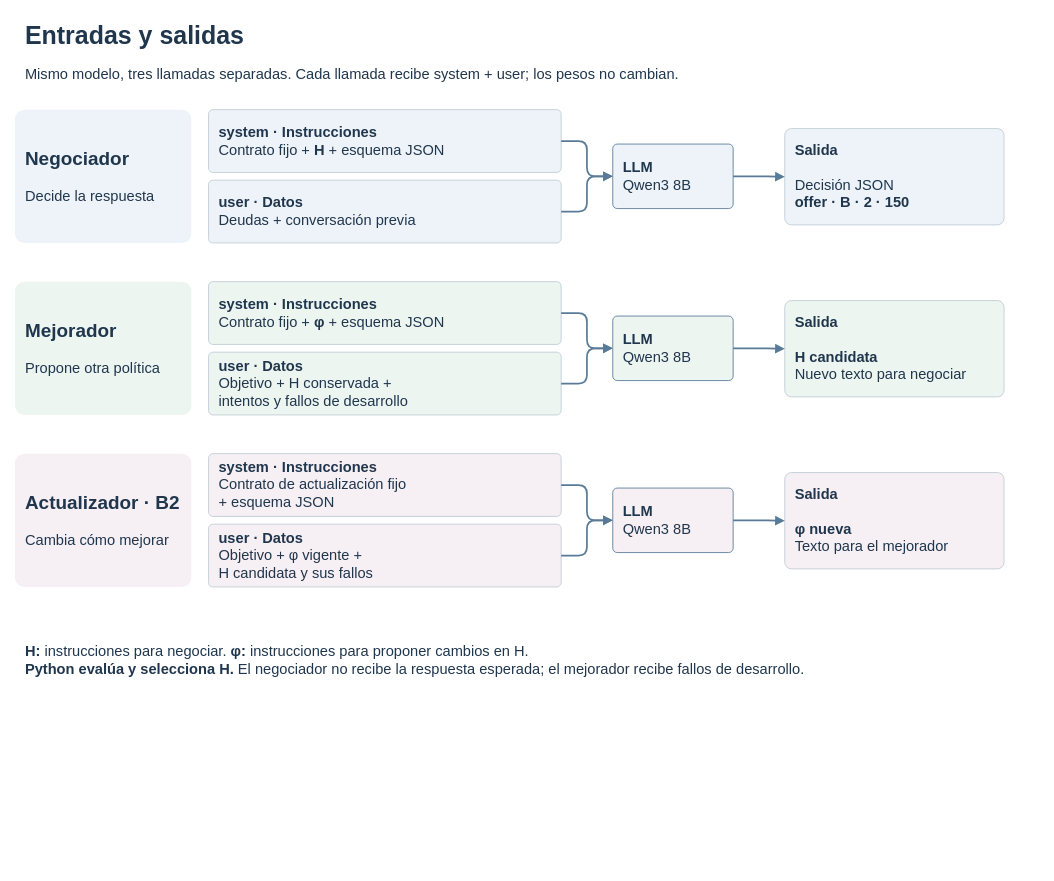
Before: research/cases/case-0003-debt-negotiation/diagrams/model-inputs.drawio in jairzinhosantos/thinking-harness, a draw.io diagram. Source tidied: cells renumbered, new cells numbered last; positions are measured from the earlier drawing's top-left corner, leaving out a move shared by most shapes. Both pictures are drawn from the tidied source at 86%, with x=0, y=0 at pixel (15, 15).
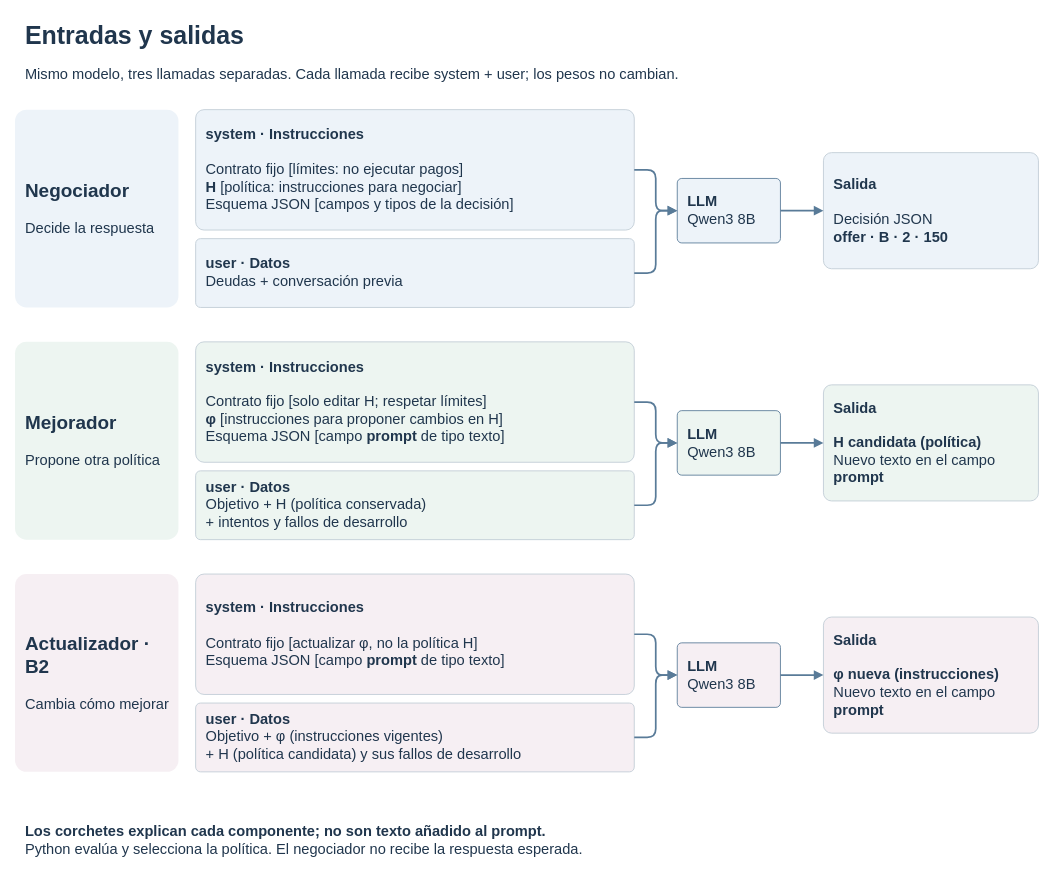
Above is the later version.

Commit message (it also covers changes not shown here):
docs: add visual introduction and explain prompt components

The edit, as a diff of the source:
```diff
@@
-<mxGraphModel>
+<mxGraphModel background="#FFFFFF">
@@
     <mxCell id="4" value="&lt;b style=&quot;font-size:22px&quot;&gt;Negociador&lt;/b&gt;&lt;br&gt;&lt;br&gt;Decide la respuesta" style="rounded=1;arcSize=7;whiteSpace=wrap;html=1;fillColor=#EDF3F9;strokeColor=none;fontColor=#20364D;fontFamily=Arial;fontSize=17;align=left;verticalAlign=middle;spacing=12;" parent="1" vertex="1">
-      <mxGeometry y="110" width="205" height="155" as="geometry" />
+      <mxGeometry y="110" width="190" height="230" as="geometry" />
     </mxCell>
-    <mxCell id="5" value="&lt;b&gt;system · Instrucciones&lt;/b&gt;&lt;br&gt;Contrato fijo + &lt;b&gt;H&lt;/b&gt; + esquema JSON" style="rounded=1;arcSize=7;whiteSpace=wrap;html=1;fillColor=#EDF3F9;strokeColor=#C0CCD6;fontColor=#20364D;fontFamily=Arial;fontSize=17;align=left;verticalAlign=middle;spacing=12;" parent="1" vertex="1">
-      <mxGeometry x="225" y="110" width="410" height="73" as="geometry" />
+    <mxCell id="5" value="&lt;b&gt;system · Instrucciones&lt;/b&gt;&lt;br&gt;&lt;br&gt;Contrato fijo [límites: no ejecutar pagos]&lt;br&gt;&lt;b&gt;H&lt;/b&gt; [política: instrucciones para negociar]&lt;br&gt;Esquema JSON [campos y tipos de la decisión]" style="rounded=1;arcSize=7;whiteSpace=wrap;html=1;fillColor=#EDF3F9;strokeColor=#C0CCD6;fontColor=#20364D;fontFamily=Arial;fontSize=17;align=left;verticalAlign=middle;spacing=12;" parent="1" vertex="1">
+      <mxGeometry x="210" y="110" width="510" height="140" as="geometry" />
     </mxCell>
     <mxCell id="6" value="&lt;b&gt;user · Datos&lt;/b&gt;&lt;br&gt;Deudas + conversación previa" style="rounded=1;arcSize=7;whiteSpace=wrap;html=1;fillColor=#EDF3F9;strokeColor=#C0CCD6;fontColor=#20364D;fontFamily=Arial;fontSize=17;align=left;verticalAlign=middle;spacing=12;" parent="1" vertex="1">
-      <mxGeometry x="225" y="192" width="410" height="73" as="geometry" />
+      <mxGeometry x="210" y="260" width="510" height="80" as="geometry" />
     </mxCell>
     <mxCell id="7" value="&lt;b&gt;LLM&lt;/b&gt;&lt;br&gt;Qwen3 8B" style="rounded=1;arcSize=7;whiteSpace=wrap;html=1;fillColor=#EDF3F9;strokeColor=#597B98;fontColor=#20364D;fontFamily=Arial;fontSize=17;align=left;verticalAlign=middle;spacing=12;" parent="1" vertex="1">
-      <mxGeometry x="695" y="150" width="140" height="75" as="geometry" />
+      <mxGeometry x="770" y="190" width="120" height="75" as="geometry" />
     </mxCell>
     <mxCell id="8" value="&lt;b&gt;Salida&lt;/b&gt;&lt;br&gt;&lt;br&gt;Decisión JSON&lt;br&gt;&lt;b&gt;offer · B · 2 · 150&lt;/b&gt;" style="rounded=1;arcSize=7;whiteSpace=wrap;html=1;fillColor=#EDF3F9;strokeColor=#C0CCD6;fontColor=#20364D;fontFamily=Arial;fontSize=17;align=left;verticalAlign=middle;spacing=12;" parent="1" vertex="1">
-      <mxGeometry x="895" y="132" width="255" height="112" as="geometry" />
+      <mxGeometry x="940" y="160" width="250" height="135" as="geometry" />
     </mxCell>
@@
     <mxCell id="12" value="&lt;b style=&quot;font-size:22px&quot;&gt;Mejorador&lt;/b&gt;&lt;br&gt;&lt;br&gt;Propone otra política" style="rounded=1;arcSize=7;whiteSpace=wrap;html=1;fillColor=#EDF5F1;strokeColor=none;fontColor=#20364D;fontFamily=Arial;fontSize=17;align=left;verticalAlign=middle;spacing=12;" parent="1" vertex="1">
-      <mxGeometry y="310" width="205" height="155" as="geometry" />
+      <mxGeometry y="380" width="190" height="230" as="geometry" />
     </mxCell>
-    <mxCell id="13" value="&lt;b&gt;system · Instrucciones&lt;/b&gt;&lt;br&gt;Contrato fijo + &lt;b&gt;φ&lt;/b&gt; + esquema JSON" style="rounded=1;arcSize=7;whiteSpace=wrap;html=1;fillColor=#EDF5F1;strokeColor=#C0CCD6;fontColor=#20364D;fontFamily=Arial;fontSize=17;align=left;verticalAlign=middle;spacing=12;" parent="1" vertex="1">
-      <mxGeometry x="225" y="310" width="410" height="73" as="geometry" />
+    <mxCell id="13" value="&lt;b&gt;system · Instrucciones&lt;/b&gt;&lt;br&gt;&lt;br&gt;Contrato fijo [solo editar H; respetar límites]&lt;br&gt;&lt;b&gt;φ&lt;/b&gt; [instrucciones para proponer cambios en H]&lt;br&gt;Esquema JSON [campo &lt;b&gt;prompt&lt;/b&gt; de tipo texto]" style="rounded=1;arcSize=7;whiteSpace=wrap;html=1;fillColor=#EDF5F1;strokeColor=#C0CCD6;fontColor=#20364D;fontFamily=Arial;fontSize=17;align=left;verticalAlign=middle;spacing=12;" parent="1" vertex="1">
+      <mxGeometry x="210" y="380" width="510" height="140" as="geometry" />
     </mxCell>
-    <mxCell id="14" value="&lt;b&gt;user · Datos&lt;/b&gt;&lt;br&gt;Objetivo + H conservada +&lt;br&gt;intentos y fallos de desarrollo" style="rounded=1;arcSize=7;whiteSpace=wrap;html=1;fillColor=#EDF5F1;strokeColor=#C0CCD6;fontColor=#20364D;fontFamily=Arial;fontSize=17;align=left;verticalAlign=middle;spacing=12;" parent="1" vertex="1">
-      <mxGeometry x="225" y="392" width="410" height="73" as="geometry" />
+    <mxCell id="14" value="&lt;b&gt;user · Datos&lt;/b&gt;&lt;br&gt;Objetivo + H (política conservada)&lt;br&gt;+ intentos y fallos de desarrollo" style="rounded=1;arcSize=7;whiteSpace=wrap;html=1;fillColor=#EDF5F1;strokeColor=#C0CCD6;fontColor=#20364D;fontFamily=Arial;fontSize=17;align=left;verticalAlign=middle;spacing=12;" parent="1" vertex="1">
+      <mxGeometry x="210" y="530" width="510" height="80" as="geometry" />
     </mxCell>
     <mxCell id="15" value="&lt;b&gt;LLM&lt;/b&gt;&lt;br&gt;Qwen3 8B" style="rounded=1;arcSize=7;whiteSpace=wrap;html=1;fillColor=#EDF5F1;strokeColor=#597B98;fontColor=#20364D;fontFamily=Arial;fontSize=17;align=left;verticalAlign=middle;spacing=12;" parent="1" vertex="1">
-      <mxGeometry x="695" y="350" width="140" height="75" as="geometry" />
+      <mxGeometry x="770" y="460" width="120" height="75" as="geometry" />
     </mxCell>
-    <mxCell id="16" value="&lt;b&gt;Salida&lt;/b&gt;&lt;br&gt;&lt;br&gt;&lt;b&gt;H candidata&lt;/b&gt;&lt;br&gt;Nuevo texto para negociar" style="rounded=1;arcSize=7;whiteSpace=wrap;html=1;fillColor=#EDF5F1;strokeColor=#C0CCD6;fontColor=#20364D;fontFamily=Arial;fontSize=17;align=left;verticalAlign=middle;spacing=12;" parent="1" vertex="1">
-      <mxGeometry x="895" y="332" width="255" height="112" as="geometry" />
+    <mxCell id="16" value="&lt;b&gt;Salida&lt;/b&gt;&lt;br&gt;&lt;br&gt;&lt;b&gt;H candidata (política)&lt;/b&gt;&lt;br&gt;Nuevo texto en el campo &lt;b&gt;prompt&lt;/b&gt;" style="rounded=1;arcSize=7;whiteSpace=wrap;html=1;fillColor=#EDF5F1;strokeColor=#C0CCD6;fontColor=#20364D;fontFamily=Arial;fontSize=17;align=left;verticalAlign=middle;spacing=12;" parent="1" vertex="1">
+      <mxGeometry x="940" y="430" width="250" height="135" as="geometry" />
     </mxCell>
@@
     <mxCell id="20" value="&lt;b style=&quot;font-size:22px&quot;&gt;Actualizador · B2&lt;/b&gt;&lt;br&gt;&lt;br&gt;Cambia cómo mejorar" style="rounded=1;arcSize=7;whiteSpace=wrap;html=1;fillColor=#F6EFF3;strokeColor=none;fontColor=#20364D;fontFamily=Arial;fontSize=17;align=left;verticalAlign=middle;spacing=12;" parent="1" vertex="1">
-      <mxGeometry y="510" width="205" height="155" as="geometry" />
+      <mxGeometry y="650" width="190" height="230" as="geometry" />
     </mxCell>
-    <mxCell id="21" value="&lt;b&gt;system · Instrucciones&lt;/b&gt;&lt;br&gt;Contrato de actualización fijo&lt;br&gt;+ esquema JSON" style="rounded=1;arcSize=7;whiteSpace=wrap;html=1;fillColor=#F6EFF3;strokeColor=#C0CCD6;fontColor=#20364D;fontFamily=Arial;fontSize=17;align=left;verticalAlign=middle;spacing=12;" parent="1" vertex="1">
-      <mxGeometry x="225" y="510" width="410" height="73" as="geometry" />
+    <mxCell id="21" value="&lt;b&gt;system · Instrucciones&lt;/b&gt;&lt;br&gt;&lt;br&gt;Contrato fijo [actualizar φ, no la política H]&lt;br&gt;Esquema JSON [campo &lt;b&gt;prompt&lt;/b&gt; de tipo texto]" style="rounded=1;arcSize=7;whiteSpace=wrap;html=1;fillColor=#F6EFF3;strokeColor=#C0CCD6;fontColor=#20364D;fontFamily=Arial;fontSize=17;align=left;verticalAlign=middle;spacing=12;" parent="1" vertex="1">
+      <mxGeometry x="210" y="650" width="510" height="140" as="geometry" />
     </mxCell>
-    <mxCell id="22" value="&lt;b&gt;user · Datos&lt;/b&gt;&lt;br&gt;Objetivo + φ vigente +&lt;br&gt;H candidata y sus fallos" style="rounded=1;arcSize=7;whiteSpace=wrap;html=1;fillColor=#F6EFF3;strokeColor=#C0CCD6;fontColor=#20364D;fontFamily=Arial;fontSize=17;align=left;verticalAlign=middle;spacing=12;" parent="1" vertex="1">
-      <mxGeometry x="225" y="592" width="410" height="73" as="geometry" />
+    <mxCell id="22" value="&lt;b&gt;user · Datos&lt;/b&gt;&lt;br&gt;Objetivo + φ (instrucciones vigentes)&lt;br&gt;+ H (política candidata) y sus fallos de desarrollo" style="rounded=1;arcSize=7;whiteSpace=wrap;html=1;fillColor=#F6EFF3;strokeColor=#C0CCD6;fontColor=#20364D;fontFamily=Arial;fontSize=17;align=left;verticalAlign=middle;spacing=12;" parent="1" vertex="1">
+      <mxGeometry x="210" y="800" width="510" height="80" as="geometry" />
     </mxCell>
     <mxCell id="23" value="&lt;b&gt;LLM&lt;/b&gt;&lt;br&gt;Qwen3 8B" style="rounded=1;arcSize=7;whiteSpace=wrap;html=1;fillColor=#F6EFF3;strokeColor=#597B98;fontColor=#20364D;fontFamily=Arial;fontSize=17;align=left;verticalAlign=middle;spacing=12;" parent="1" vertex="1">
-      <mxGeometry x="695" y="550" width="140" height="75" as="geometry" />
+      <mxGeometry x="770" y="730" width="120" height="75" as="geometry" />
     </mxCell>
-    <mxCell id="24" value="&lt;b&gt;Salida&lt;/b&gt;&lt;br&gt;&lt;br&gt;&lt;b&gt;φ nueva&lt;/b&gt;&lt;br&gt;Texto para el mejorador" style="rounded=1;arcSize=7;whiteSpace=wrap;html=1;fillColor=#F6EFF3;strokeColor=#C0CCD6;fontColor=#20364D;fontFamily=Arial;fontSize=17;align=left;verticalAlign=middle;spacing=12;" parent="1" vertex="1">
-      <mxGeometry x="895" y="532" width="255" height="112" as="geometry" />
+    <mxCell id="24" value="&lt;b&gt;Salida&lt;/b&gt;&lt;br&gt;&lt;br&gt;&lt;b&gt;φ nueva (instrucciones)&lt;/b&gt;&lt;br&gt;Nuevo texto en el campo &lt;b&gt;prompt&lt;/b&gt;" style="rounded=1;arcSize=7;whiteSpace=wrap;html=1;fillColor=#F6EFF3;strokeColor=#C0CCD6;fontColor=#20364D;fontFamily=Arial;fontSize=17;align=left;verticalAlign=middle;spacing=12;" parent="1" vertex="1">
+      <mxGeometry x="940" y="700" width="250" height="135" as="geometry" />
     </mxCell>
@@
-    <mxCell id="28" value="&lt;b&gt;H:&lt;/b&gt; instrucciones para negociar. &lt;b&gt;φ:&lt;/b&gt; instrucciones para proponer cambios en H.&lt;br&gt;&lt;b&gt;Python evalúa y selecciona H.&lt;/b&gt; El negociador no recibe la respuesta esperada; el mejorador recibe fallos de desarrollo." style="rounded=1;arcSize=7;whiteSpace=wrap;html=1;fillColor=none;strokeColor=none;fontColor=#20364D;fontFamily=Arial;fontSize=17;align=left;verticalAlign=middle;spacing=12;" parent="1" vertex="1">
-      <mxGeometry y="714" width="1150" height="74" as="geometry" />
+    <mxCell id="28" value="&lt;b&gt;Los corchetes explican cada componente; no son texto añadido al prompt.&lt;/b&gt;&lt;br&gt;Python evalúa y selecciona la política. El negociador no recibe la respuesta esperada." style="rounded=1;arcSize=7;whiteSpace=wrap;html=1;fillColor=none;strokeColor=none;fontColor=#20364D;fontFamily=Arial;fontSize=17;align=left;verticalAlign=middle;spacing=12;" parent="1" vertex="1">
+      <mxGeometry y="930" width="1190" height="60" as="geometry" />
     </mxCell>
```
